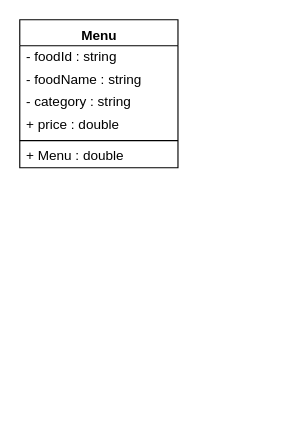
This is Submission/sec02/Tupperware/classDiagram.drawio from jjn7702/SECJ2013-DSA, a draw.io file, before an edit. Source tidied: cells renumbered, new cells numbered last; positions are measured from the earlier drawing's top-left corner, leaving out a move shared by most shapes. Both pictures are drawn from the tidied source at 113%, with x=0, y=0 at pixel (19, 19).
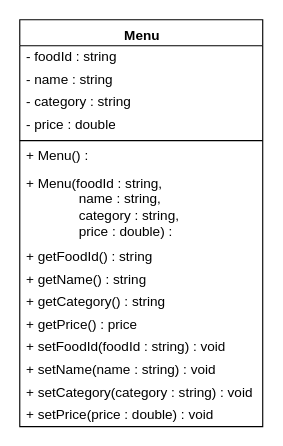
After the change.

What changed in the source:
```diff
@@
 <mxGraphModel>
   <root>
     <mxCell id="0" />
     <mxCell id="1" parent="0" />
     <mxCell id="2" value="&lt;b&gt;Menu&lt;/b&gt;" style="swimlane;fontStyle=0;align=center;verticalAlign=top;horizontal=1;startSize=23;html=1;" parent="1" vertex="1">
-      <mxGeometry width="140" height="131" as="geometry" />
+      <mxGeometry width="215" height="360" as="geometry" />
     </mxCell>
     <mxCell id="3" value="&lt;font color=&quot;#000000&quot;&gt;- foodId : string&lt;/font&gt;" style="text;html=1;strokeColor=none;fillColor=none;align=left;verticalAlign=middle;spacingLeft=4;spacingRight=4;overflow=hidden;fontColor=#808080;" parent="2" vertex="1">
-      <mxGeometry y="23" width="140" height="20" as="geometry" />
+      <mxGeometry y="23" width="215" height="20" as="geometry" />
     </mxCell>
-    <mxCell id="4" value="&lt;font color=&quot;#000000&quot;&gt;- foodName : string&lt;/font&gt;" style="text;html=1;strokeColor=none;fillColor=none;align=left;verticalAlign=middle;spacingLeft=4;spacingRight=4;overflow=hidden;fontColor=#808080;" parent="2" vertex="1">
-      <mxGeometry y="43" width="140" height="20" as="geometry" />
+    <mxCell id="4" value="&lt;font color=&quot;#000000&quot;&gt;- name : string&lt;/font&gt;" style="text;html=1;strokeColor=none;fillColor=none;align=left;verticalAlign=middle;spacingLeft=4;spacingRight=4;overflow=hidden;fontColor=#808080;" parent="2" vertex="1">
+      <mxGeometry y="43" width="215" height="20" as="geometry" />
     </mxCell>
     <mxCell id="5" value="&lt;font color=&quot;#000000&quot;&gt;- category : string&lt;/font&gt;" style="text;html=1;strokeColor=none;fillColor=none;align=left;verticalAlign=middle;spacingLeft=4;spacingRight=4;overflow=hidden;fontColor=#808080;" parent="2" vertex="1">
-      <mxGeometry y="63" width="140" height="20" as="geometry" />
+      <mxGeometry y="63" width="215" height="20" as="geometry" />
     </mxCell>
-    <mxCell id="6" value="&lt;font color=&quot;#000000&quot;&gt;+ price : double&lt;/font&gt;" style="text;html=1;strokeColor=none;fillColor=none;align=left;verticalAlign=middle;spacingLeft=4;spacingRight=4;overflow=hidden;fontColor=#808080;" parent="2" vertex="1">
-      <mxGeometry y="83" width="140" height="20" as="geometry" />
+    <mxCell id="6" value="&lt;font color=&quot;#000000&quot;&gt;- price : double&lt;/font&gt;" style="text;html=1;strokeColor=none;fillColor=none;align=left;verticalAlign=middle;spacingLeft=4;spacingRight=4;overflow=hidden;fontColor=#808080;" parent="2" vertex="1">
+      <mxGeometry y="83" width="215" height="20" as="geometry" />
     </mxCell>
     <mxCell id="7" style="line;strokeWidth=1;fillColor=none;align=left;verticalAlign=middle;spacingTop=-1;spacingLeft=3;spacingRight=3;labelPosition=right;" parent="2" vertex="1">
-      <mxGeometry y="103" width="140" height="8" as="geometry" />
+      <mxGeometry y="103" width="215" height="8" as="geometry" />
     </mxCell>
-    <mxCell id="8" value="&lt;font color=&quot;#000000&quot;&gt;+ Menu : double&lt;/font&gt;" style="text;html=1;strokeColor=none;fillColor=none;align=left;verticalAlign=middle;spacingLeft=4;spacingRight=4;overflow=hidden;fontColor=#808080;" parent="2" vertex="1">
-      <mxGeometry y="111" width="140" height="20" as="geometry" />
+    <mxCell id="8" value="&lt;font color=&quot;#000000&quot;&gt;+ Menu() :&lt;/font&gt;" style="text;html=1;strokeColor=none;fillColor=none;align=left;verticalAlign=middle;spacingLeft=4;spacingRight=4;overflow=hidden;fontColor=#808080;" parent="2" vertex="1">
+      <mxGeometry y="111" width="215" height="20" as="geometry" />
     </mxCell>
+    <mxCell id="9" value="&lt;font color=&quot;#000000&quot;&gt;+ Menu(foodId : string,&lt;br&gt;&lt;span style=&quot;white-space: pre;&quot;&gt;&#9;&lt;/span&gt;&amp;nbsp; &amp;nbsp; &amp;nbsp; name : string,&lt;br&gt;&lt;span style=&quot;white-space: pre;&quot;&gt;&#9;&lt;/span&gt;&amp;nbsp; &amp;nbsp; &amp;nbsp; category : string,&lt;br&gt;&lt;span style=&quot;white-space: pre;&quot;&gt;&#9;&lt;/span&gt;&lt;span style=&quot;white-space-collapse: preserve;&quot;&gt;&amp;nbsp;     price : double) :&lt;/span&gt;&amp;nbsp;&lt;/font&gt;" style="text;html=1;strokeColor=none;fillColor=none;align=left;verticalAlign=middle;spacingLeft=4;spacingRight=4;overflow=hidden;fontColor=#808080;" parent="2" vertex="1">
+      <mxGeometry y="131" width="215" height="69" as="geometry" />
+    </mxCell>
+    <mxCell id="10" value="&lt;font color=&quot;#000000&quot;&gt;+ getFoodId() : string&lt;/font&gt;" style="text;html=1;strokeColor=none;fillColor=none;align=left;verticalAlign=middle;spacingLeft=4;spacingRight=4;overflow=hidden;fontColor=#808080;" parent="2" vertex="1">
+      <mxGeometry y="200" width="215" height="20" as="geometry" />
+    </mxCell>
+    <mxCell id="11" value="&lt;font color=&quot;#000000&quot;&gt;+ getName() : string&lt;/font&gt;" style="text;html=1;strokeColor=none;fillColor=none;align=left;verticalAlign=middle;spacingLeft=4;spacingRight=4;overflow=hidden;fontColor=#808080;" parent="2" vertex="1">
+      <mxGeometry y="220" width="215" height="20" as="geometry" />
+    </mxCell>
+    <mxCell id="12" value="&lt;font color=&quot;#000000&quot;&gt;+ getCategory() : string&lt;/font&gt;" style="text;html=1;strokeColor=none;fillColor=none;align=left;verticalAlign=middle;spacingLeft=4;spacingRight=4;overflow=hidden;fontColor=#808080;" parent="2" vertex="1">
+      <mxGeometry y="240" width="215" height="20" as="geometry" />
+    </mxCell>
+    <mxCell id="13" value="&lt;font color=&quot;#000000&quot;&gt;+ getPrice() : price&lt;/font&gt;" style="text;html=1;strokeColor=none;fillColor=none;align=left;verticalAlign=middle;spacingLeft=4;spacingRight=4;overflow=hidden;fontColor=#808080;" parent="2" vertex="1">
+      <mxGeometry y="260" width="215" height="20" as="geometry" />
+    </mxCell>
+    <mxCell id="14" value="&lt;font color=&quot;#000000&quot;&gt;+ setFoodId(foodId : string) : void&lt;/font&gt;" style="text;html=1;strokeColor=none;fillColor=none;align=left;verticalAlign=middle;spacingLeft=4;spacingRight=4;overflow=hidden;fontColor=#808080;" parent="2" vertex="1">
+      <mxGeometry y="280" width="215" height="20" as="geometry" />
+    </mxCell>
+    <mxCell id="15" value="&lt;font color=&quot;#000000&quot;&gt;+ setName(name : string) : void&lt;/font&gt;" style="text;html=1;strokeColor=none;fillColor=none;align=left;verticalAlign=middle;spacingLeft=4;spacingRight=4;overflow=hidden;fontColor=#808080;" parent="2" vertex="1">
+      <mxGeometry y="300" width="215" height="20" as="geometry" />
+    </mxCell>
+    <mxCell id="16" value="&lt;font color=&quot;#000000&quot;&gt;+ setCategory(category : string) : void&lt;/font&gt;" style="text;html=1;strokeColor=none;fillColor=none;align=left;verticalAlign=middle;spacingLeft=4;spacingRight=4;overflow=hidden;fontColor=#808080;" parent="2" vertex="1">
+      <mxGeometry y="320" width="215" height="20" as="geometry" />
+    </mxCell>
+    <mxCell id="17" value="&lt;font color=&quot;#000000&quot;&gt;+ setPrice(price : double) : void&lt;/font&gt;" style="text;html=1;strokeColor=none;fillColor=none;align=left;verticalAlign=middle;spacingLeft=4;spacingRight=4;overflow=hidden;fontColor=#808080;" parent="2" vertex="1">
+      <mxGeometry y="340" width="215" height="20" as="geometry" />
+    </mxCell>
   </root>
 </mxGraphModel>
```
